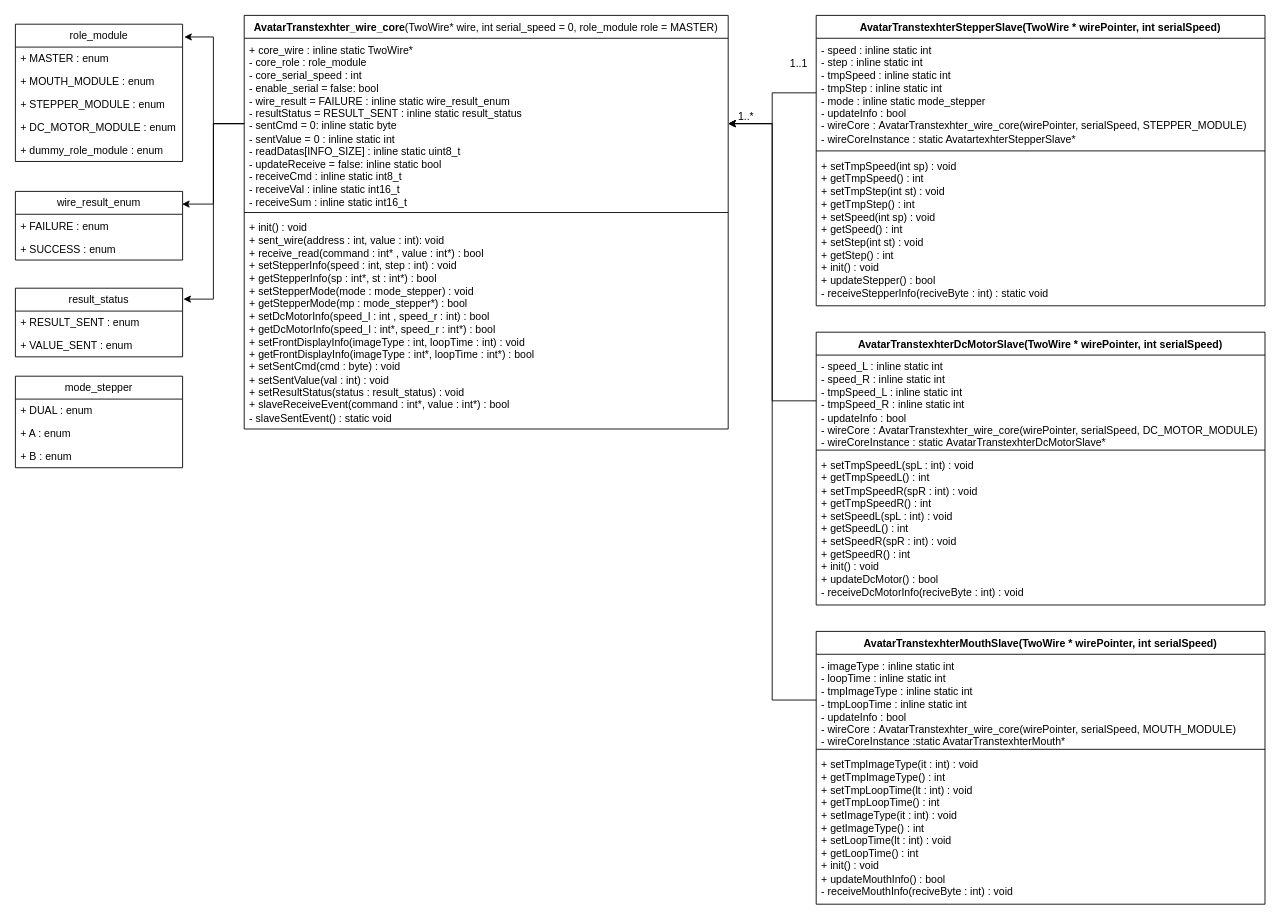
Before: page "クラス図" (1 of 10) of doc/AvatarTranstexhter_wire_core_sequence.drawio in tremagiro/AvatarTranstexhter_wire_core, a draw.io diagram. Source tidied: cells renumbered, new cells numbered last; positions are measured from the earlier drawing's top-left corner, leaving out a move shared by most shapes. Both pictures are drawn from the tidied source at 88%, with x=0, y=0 at pixel (15, 15).
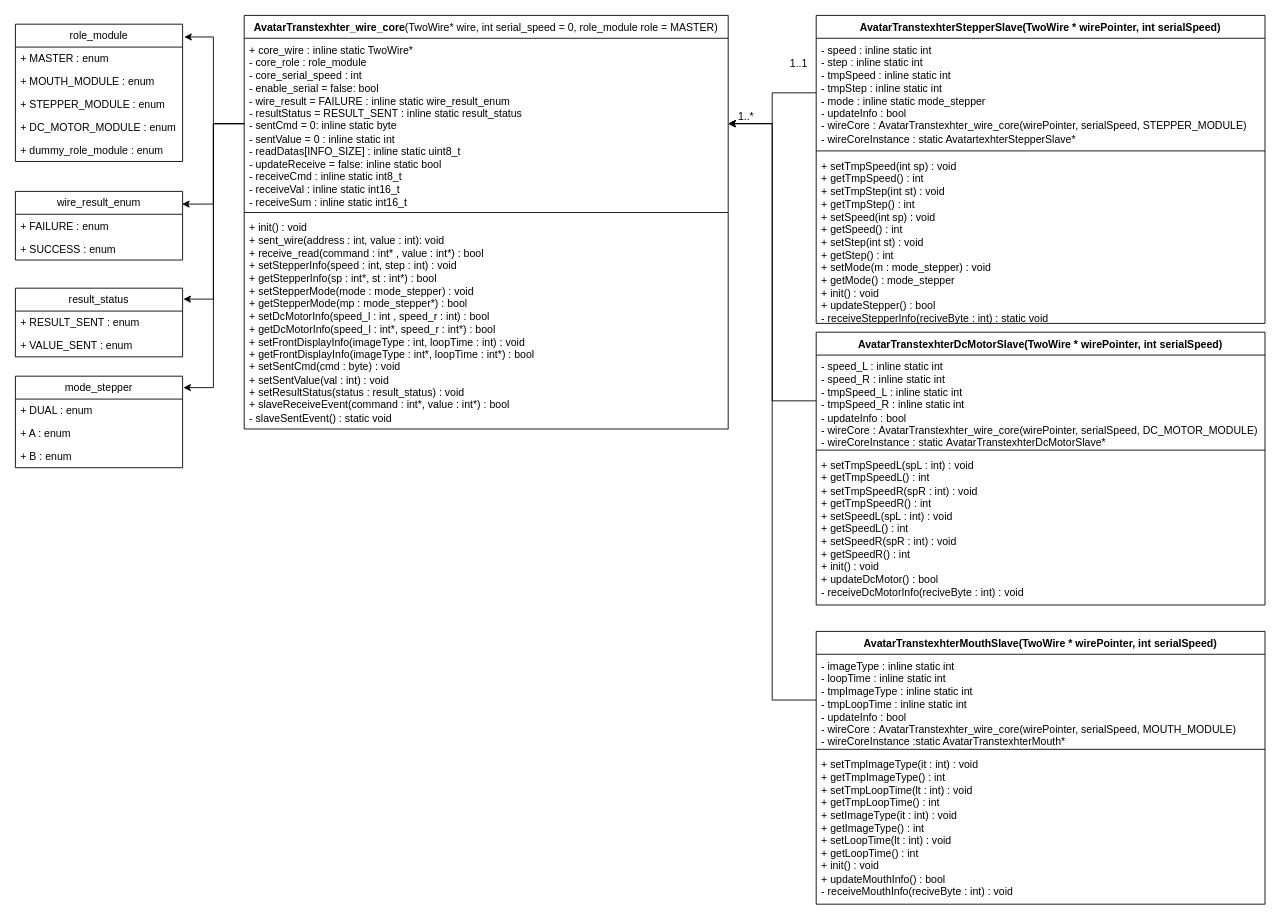
After the change.

The change refers to these unchanged cells:
```xml
<mxCell id="3" value="+ core_wire : inline static TwoWire*&lt;div&gt;- core_role : role_module&lt;/div&gt;&lt;div&gt;- core_serial_speed : int&lt;/div&gt;&lt;div&gt;- enable_serial = false: bool&lt;/div&gt;&lt;div&gt;- wire_result = FAILURE : inline static wire_result_enum&lt;/div&gt;&lt;div&gt;- resultStatus = RESULT_SENT : inline static result_status&lt;/div&gt;&lt;div&gt;- sentCmd = 0: inline static byte&lt;/div&gt;&lt;div&gt;- sentValue = 0 : inline static int&lt;/div&gt;&lt;div&gt;- readDatas[INFO_SIZE] : inline static uint8_t&lt;/div&gt;&lt;div&gt;- updateReceive = false: inline static bool&lt;/div&gt;&lt;div&gt;- receiveCmd : inline static int8_t&lt;/div&gt;&lt;div&gt;- receiveVal : inline static int16_t&lt;/div&gt;&lt;div&gt;- receiveSum : inline static int16_t&lt;/div&gt;" style="text;strokeColor=none;fillColor=none;align=left;verticalAlign=top;spacingLeft=4;spacingRight=4;overflow=hidden;points=[[0,0.5],[1,0.5]];portConstraint=eastwest;whiteSpace=wrap;html=1;" parent="2" vertex="1">
  <mxGeometry y="26" width="550" height="194" as="geometry" />
</mxCell>
<mxCell id="38" value="mode_stepper" style="swimlane;fontStyle=0;horizontal=1;startSize=26;fillColor=none;whiteSpace=wrap;html=1;" parent="1" vertex="1">
  <mxGeometry y="410" width="190" height="104" as="geometry" />
</mxCell>
```

Diff of the diagram source:
```diff
@@
     <mxCell id="21" value="AvatarTranstexhterStepperSlave(TwoWire * wirePointer, int serialSpeed)" style="swimlane;fontStyle=1;align=center;verticalAlign=top;horizontal=1;startSize=26;whiteSpace=wrap;html=1;" parent="1" vertex="1">
-      <mxGeometry x="910" width="510" height="330" as="geometry" />
+      <mxGeometry x="910" width="510" height="350" as="geometry" />
     </mxCell>
@@
-    <mxCell id="24" value="+ setTmpSpeed(int sp) : void&lt;div&gt;+ getTmpSpeed() : int&lt;/div&gt;&lt;div&gt;+ setTmpStep(int st) : void&lt;/div&gt;&lt;div&gt;+ getTmpStep() : int&lt;/div&gt;&lt;div&gt;+ setSpeed(int sp) : void&lt;div&gt;+ getSpeed() : int&lt;/div&gt;&lt;div&gt;+ setStep(int st) : void&lt;/div&gt;&lt;div&gt;+ getStep() : int&lt;/div&gt;&lt;/div&gt;&lt;div&gt;+ init() : void&lt;br&gt;&lt;/div&gt;&lt;div&gt;+ updateStepper() : bool&lt;/div&gt;&lt;div&gt;- receiveStepperInfo(reciveByte : int) : static void&lt;/div&gt;" style="text;strokeColor=none;fillColor=none;align=left;verticalAlign=top;spacingLeft=4;spacingRight=4;overflow=hidden;whiteSpace=wrap;html=1;" parent="21" vertex="1">
-      <mxGeometry y="158" width="510" height="172" as="geometry" />
+    <mxCell id="24" value="+ setTmpSpeed(int sp) : void&lt;div&gt;+ getTmpSpeed() : int&lt;/div&gt;&lt;div&gt;+ setTmpStep(int st) : void&lt;/div&gt;&lt;div&gt;+ getTmpStep() : int&lt;/div&gt;&lt;div&gt;+ setSpeed(int sp) : void&lt;div&gt;+ getSpeed() : int&lt;/div&gt;&lt;div&gt;+ setStep(int st) : void&lt;/div&gt;&lt;div&gt;+ getStep() : int&lt;/div&gt;&lt;/div&gt;&lt;div&gt;+ setMode(m : mode_stepper) : void&lt;/div&gt;&lt;div&gt;+ getMode() : mode_stepper&lt;/div&gt;&lt;div&gt;+ init() : void&lt;br&gt;&lt;/div&gt;&lt;div&gt;+ updateStepper() : bool&lt;/div&gt;&lt;div&gt;- receiveStepperInfo(reciveByte : int) : static void&lt;/div&gt;" style="text;strokeColor=none;fillColor=none;align=left;verticalAlign=top;spacingLeft=4;spacingRight=4;overflow=hidden;whiteSpace=wrap;html=1;" parent="21" vertex="1">
+      <mxGeometry y="158" width="510" height="192" as="geometry" />
     </mxCell>
@@
+    <mxCell id="42" style="edgeStyle=orthogonalEdgeStyle;rounded=0;jettySize=auto;html=1;exitX=0;exitY=0.5;exitDx=0;exitDy=0;entryX=1.005;entryY=0.125;entryDx=0;entryDy=0;entryPerimeter=0;" parent="1" edge="1" source="3" target="38">
+      <mxGeometry relative="1" as="geometry" />
+    </mxCell>
```
